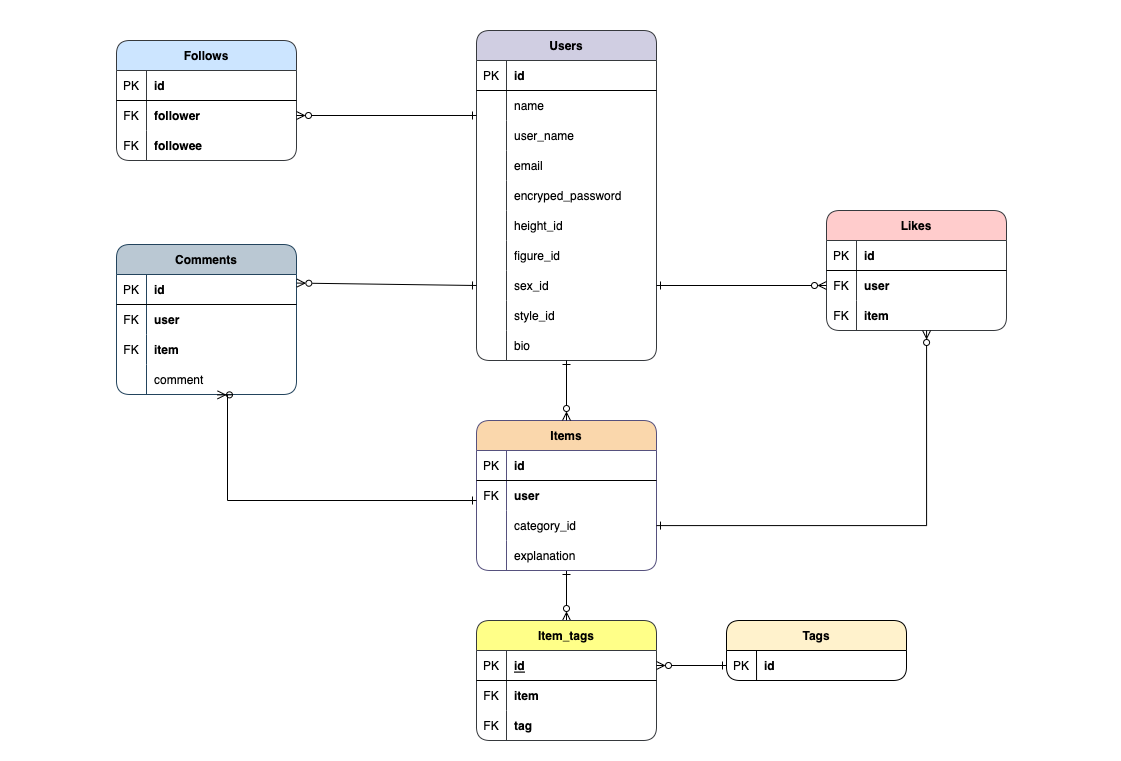
Above: aknow_er.drawio.png in Hannah-zky/aknow (draw.io), before the change. Source tidied: cells renumbered, new cells last; positions are measured from the earlier drawing's top-left corner, leaving out a move shared by most shapes.
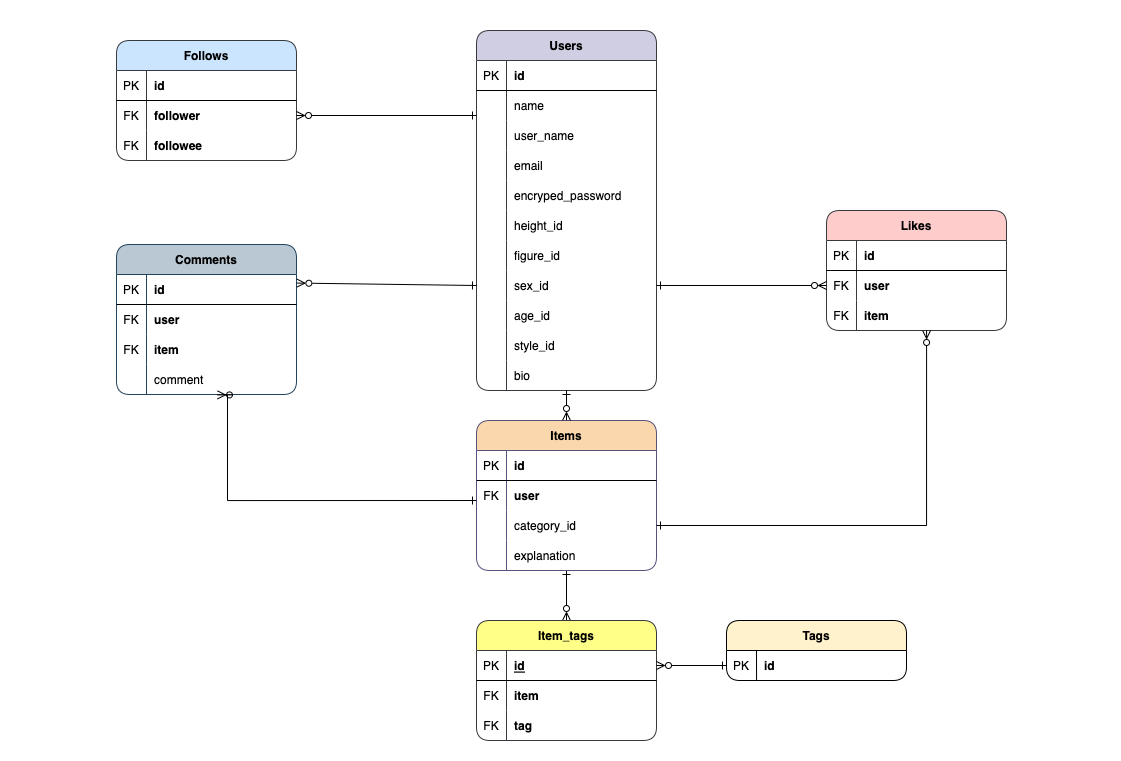
Later version of the same file.

What changed in the source:
```diff
@@ -3,7 +3,7 @@
     <mxCell id="0" />
     <mxCell id="1" parent="0" />
     <mxCell id="2" value="Users" style="shape=table;startSize=30;rowLines=0;fontStyle=1;align=center;labelBorderColor=none;fillColor=#D0CEE2;rounded=1;strokeColor=#36393d;" parent="1" vertex="1">
-      <mxGeometry x="476" y="30" width="180" height="330" as="geometry" />
+      <mxGeometry x="476" y="30" width="180" height="360" as="geometry" />
     </mxCell>
     <mxCell id="3" style="shape=partialRectangle;fillColor=none;top=0;left=0;bottom=1;right=0;labelBorderColor=none;" parent="2" vertex="1">
       <mxGeometry y="30" width="180" height="30" as="geometry" />
@@ -77,8 +77,17 @@
     <mxCell id="26" value="sex_id" style="shape=partialRectangle;fillColor=none;top=0;left=0;bottom=0;right=0;align=left;spacingLeft=6;overflow=hidden;labelBorderColor=none;" parent="24" vertex="1">
       <mxGeometry x="30" width="150" height="30" as="geometry" />
     </mxCell>
+    <mxCell id="105" style="shape=partialRectangle;fillColor=none;top=0;left=0;bottom=0;right=0;labelBorderColor=none;" parent="2" vertex="1">
+      <mxGeometry y="270" width="180" height="30" as="geometry" />
+    </mxCell>
+    <mxCell id="106" style="shape=partialRectangle;fillColor=none;top=0;left=0;bottom=0;right=0;overflow=hidden;labelBorderColor=none;" parent="105" vertex="1">
+      <mxGeometry width="30" height="30" as="geometry" />
+    </mxCell>
+    <mxCell id="107" value="age_id" style="shape=partialRectangle;fillColor=none;top=0;left=0;bottom=0;right=0;align=left;spacingLeft=6;overflow=hidden;labelBorderColor=none;" parent="105" vertex="1">
+      <mxGeometry x="30" width="150" height="30" as="geometry" />
+    </mxCell>
     <mxCell id="27" style="shape=partialRectangle;fillColor=none;top=0;left=0;bottom=0;right=0;labelBorderColor=none;" parent="2" vertex="1">
-      <mxGeometry y="270" width="180" height="30" as="geometry" />
+      <mxGeometry y="300" width="180" height="30" as="geometry" />
     </mxCell>
     <mxCell id="28" style="shape=partialRectangle;fillColor=none;top=0;left=0;bottom=0;right=0;overflow=hidden;labelBorderColor=none;" parent="27" vertex="1">
       <mxGeometry width="30" height="30" as="geometry" />
@@ -87,7 +96,7 @@
       <mxGeometry x="30" width="150" height="30" as="geometry" />
     </mxCell>
     <mxCell id="30" style="shape=partialRectangle;fillColor=none;top=0;left=0;bottom=0;right=0;points=[[0,0.5],[1,0.5]];portConstraint=eastwest;labelBorderColor=none;" parent="2" vertex="1">
-      <mxGeometry y="300" width="180" height="30" as="geometry" />
+      <mxGeometry y="330" width="180" height="30" as="geometry" />
     </mxCell>
     <mxCell id="31" style="shape=partialRectangle;fillColor=none;top=0;left=0;bottom=0;right=0;overflow=hidden;labelBorderColor=none;" parent="30" vertex="1">
       <mxGeometry width="30" height="30" as="geometry" />
```
